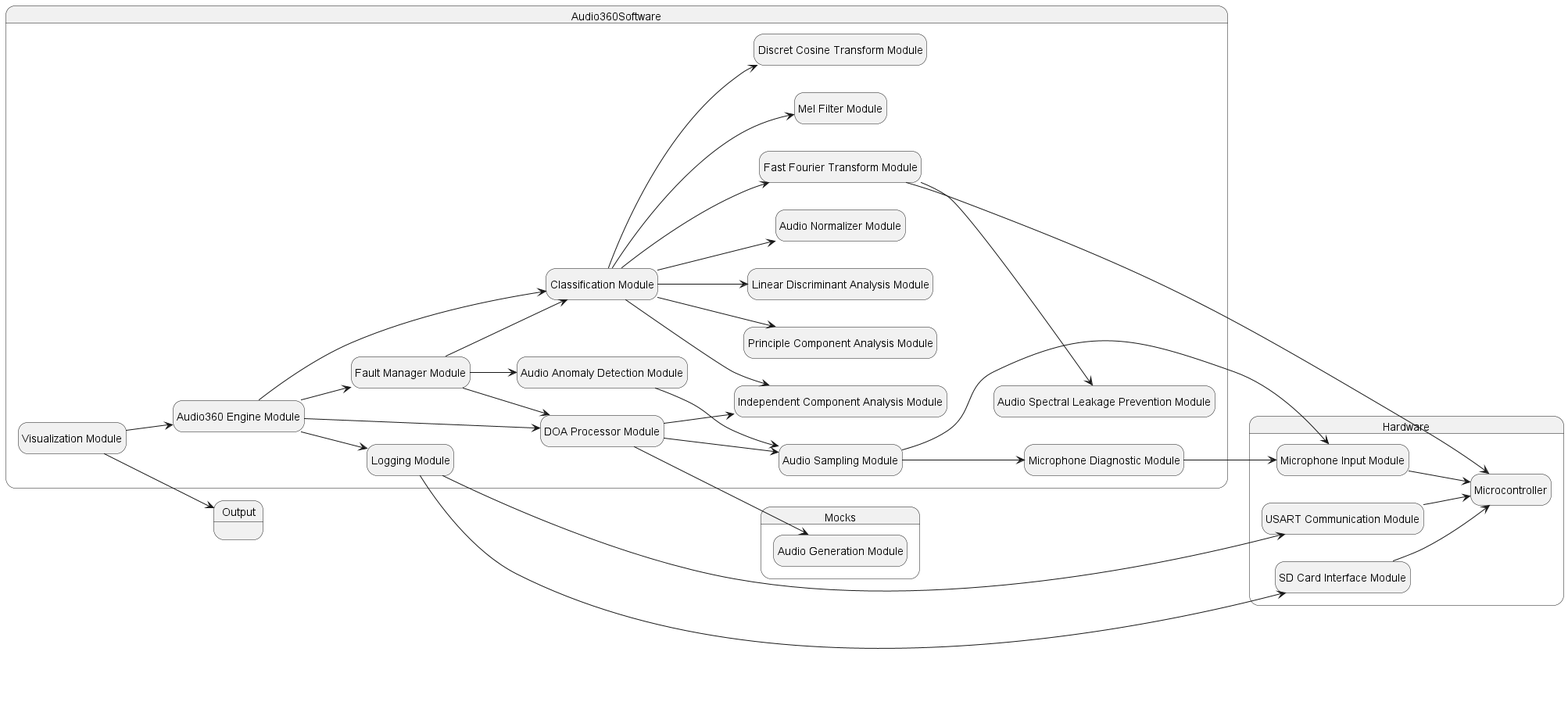
The PlantUML diagram docs/Design/SoftArchitecture/diagrams/uses_hierarchy.png in Team6-SixSense/audio360, before a commit.
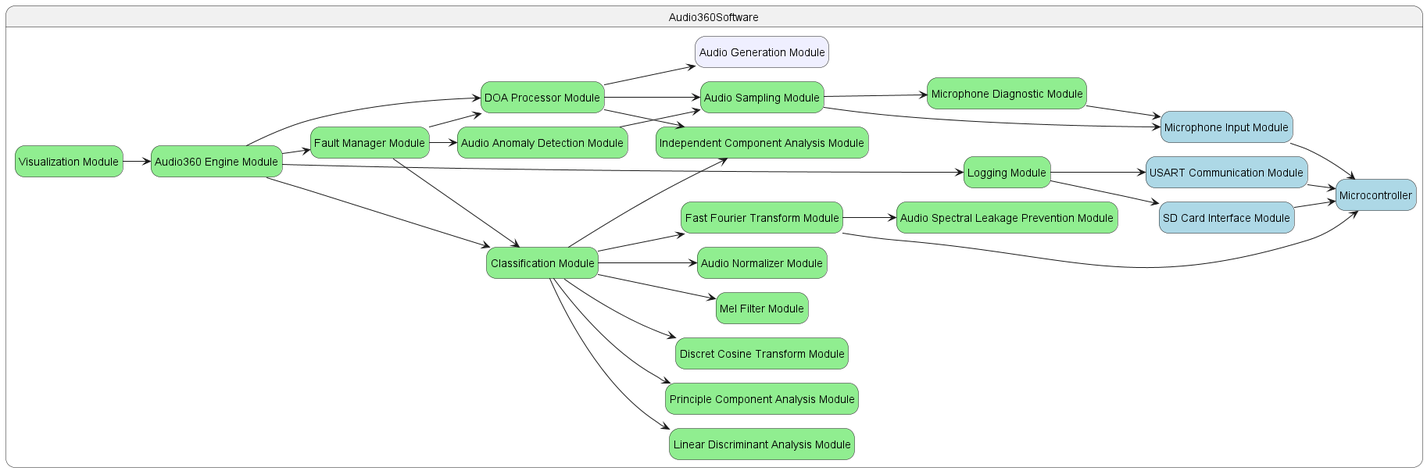
After the change.

Change to the diagram source:
```diff
@@ -2,43 +2,32 @@
 hide empty description
 left to right direction
 
-state Hardware {
-    state Microcontroller
-    state "Microphone Input Module" as micInput
-    state "USART Communication Module" as usart
-    state "SD Card Interface Module" as sd
+state Audio360Software {
+    state Microcontroller #lightblue
+    state "Microphone Input Module" as micInput #lightblue
+    state "USART Communication Module" as usart #lightblue
+    state "SD Card Interface Module" as sd #lightblue
 
-    micInput --> Microcontroller
-    usart --> Microcontroller
-    sd --> Microcontroller
-}
 
-state Mocks {
-    state "Audio Generation Module" as AudioGen
-}
+    state "Microphone Diagnostic Module" as MicDiag #lightgreen
+    state "DOA Processor Module" as DOA #lightgreen
+    state "Audio360 Engine Module" as Audio360Eng #lightgreen
+    state "Audio Sampling Module" as AudioSampling #lightgreen
+    state "Audio Spectral Leakage Prevention Module" as SpectralLeakage #lightgreen
+    state "Audio Normalizer Module" as AudioNormalize #lightgreen
+    state "Audio Anomaly Detection Module" as AudioAnomaly #lightgreen
+    state "Logging Module" as Logging #lightgreen
+    state "Fast Fourier Transform Module" as fft #lightgreen
+    state "Fault Manager Module" as FaultManager #lightgreen
+    state "Mel Filter Module" as Mel #lightgreen
+    state "Discret Cosine Transform Module" as DisreteCos #lightgreen
+    state "Principle Component Analysis Module" as PCA #lightgreen
+    state "Linear Discriminant Analysis Module" as LDA #lightgreen
+    state "Classification Module" as Classification #lightgreen
+    state "Independent Component Analysis Module" as ICA #lightgreen
+    state "Visualization Module" as Viz #lightgreen
 
-state Output {
-
-}
-
-state Audio360Software {
-    state "Microphone Diagnostic Module" as MicDiag
-    state "DOA Processor Module" as DOA
-    state "Audio360 Engine Module" as Audio360Eng
-    state "Audio Sampling Module" as AudioSampling
-    state "Audio Spectral Leakage Prevention Module" as SpectralLeakage
-    state "Audio Normalizer Module" as AudioNormalize
-    state "Audio Anomaly Detection Module" as AudioAnomaly
-    state "Logging Module" as Logging
-    state "Fast Fourier Transform Module" as fft
-    state "Fault Manager Module" as FaultManager
-    state "Mel Filter Module" as Mel
-    state "Discret Cosine Transform Module" as DisreteCos
-    state "Principle Component Analysis Module" as PCA
-    state "Linear Discriminant Analysis Module" as LDA
-    state "Classification Module" as Classification
-    state "Independent Component Analysis Module" as ICA
-    state "Visualization Module" as Viz
+    state "Audio Generation Module" as AudioGen #MOTIVATION
 
     DOA --> AudioGen
     MicDiag --> micInput
@@ -67,7 +56,10 @@
     Classification --> fft
     Classification --> ICA
     Viz --> Audio360Eng
-    Viz --> Output
+
+    micInput --> Microcontroller
+    usart --> Microcontroller
+    sd --> Microcontroller
 }
 
 @enduml
```
